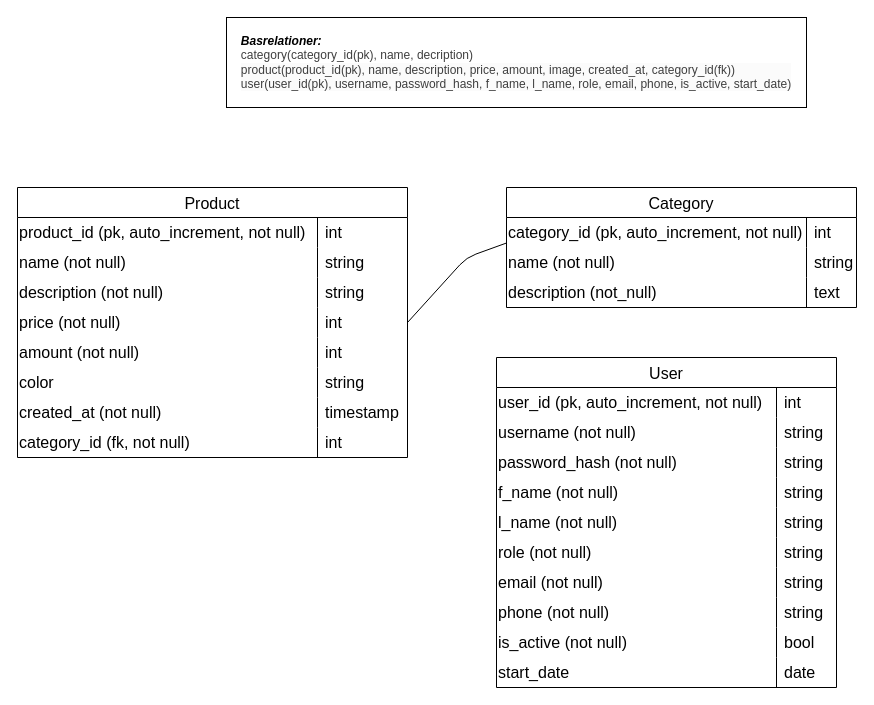
The draw.io diagram er-diagram.drawio in gustafsson96/project-dt193g-backend, before the edit. Source tidied: cells renumbered, new cells numbered last; positions are measured from the earlier drawing's top-left corner, leaving out a move shared by most shapes. Both pictures are drawn from the tidied source at 100%, with x=0, y=0 at pixel (17, 17).
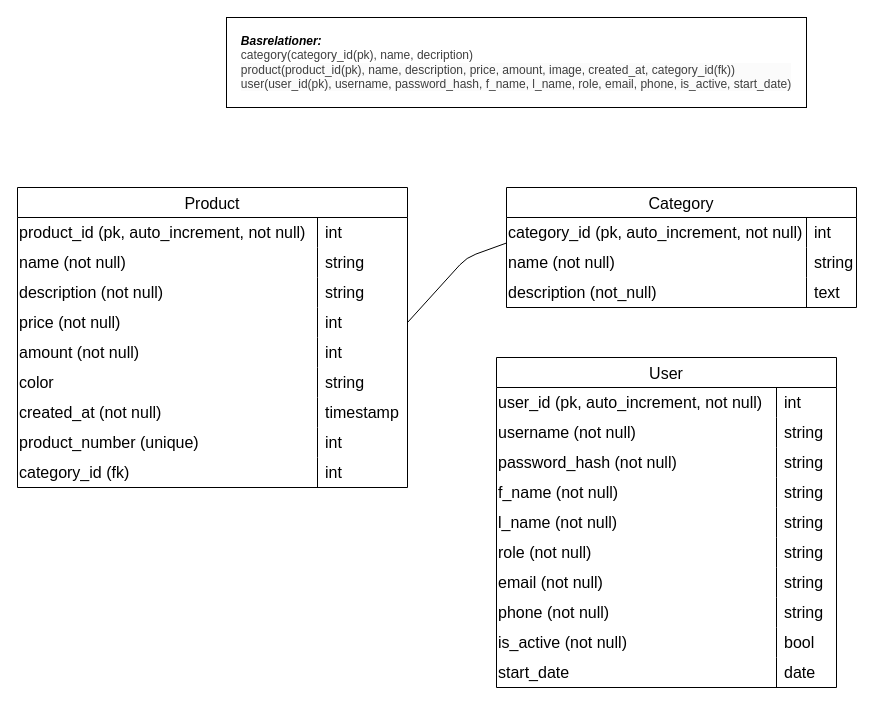
Above is the later version.

Commit message (it also covers changes not shown here):
Update install file with users table as it was deleted by accident

The change refers to these unchanged cells:
```xml
<mxCell id="24" style="shape=tableRow;horizontal=0;startSize=0;swimlaneHead=0;swimlaneBody=0;top=0;left=0;bottom=0;right=0;fillColor=none;strokeColor=inherit;fontSize=16;" parent="2" vertex="1">
  <mxGeometry y="240" width="390" height="30" as="geometry" />
</mxCell>
```

Change to the diagram source:
```diff
@@
     <mxCell id="2" value="Product" style="shape=table;startSize=30;childLayout=tableLayout;rowLines=0;fontStyle=0;strokeColor=default;fontSize=16;" parent="1" vertex="1">
-      <mxGeometry y="170" width="390" height="270" as="geometry" />
+      <mxGeometry y="170" width="390" height="300" as="geometry" />
     </mxCell>
@@
-    <mxCell id="25" value="&lt;span style=&quot;color: rgb(0, 0, 0);&quot;&gt;category_id (fk, not null)&lt;/span&gt;" style="shape=partialRectangle;html=1;whiteSpace=wrap;fillColor=none;top=0;left=0;bottom=0;right=0;overflow=hidden;strokeColor=inherit;fontSize=16;align=left;" parent="24" vertex="1">
+    <mxCell id="25" value="product_number (unique)" style="shape=partialRectangle;html=1;whiteSpace=wrap;fillColor=none;top=0;left=0;bottom=0;right=0;overflow=hidden;strokeColor=inherit;fontSize=16;align=left;" parent="24" vertex="1">
       <mxGeometry width="300" height="30" as="geometry" />
     </mxCell>
@@
+    <mxCell id="70" style="shape=tableRow;horizontal=0;startSize=0;swimlaneHead=0;swimlaneBody=0;top=0;left=0;bottom=0;right=0;fillColor=none;strokeColor=inherit;fontSize=16;" parent="2" vertex="1">
+      <mxGeometry y="270" width="390" height="30" as="geometry" />
+    </mxCell>
+    <mxCell id="71" value="category_id (fk)" style="shape=partialRectangle;html=1;whiteSpace=wrap;fillColor=none;top=0;left=0;bottom=0;right=0;overflow=hidden;strokeColor=inherit;fontSize=16;align=left;" parent="70" vertex="1">
+      <mxGeometry width="300" height="30" as="geometry" />
+    </mxCell>
+    <mxCell id="72" value="int" style="shape=partialRectangle;html=1;whiteSpace=wrap;fillColor=none;top=0;left=0;bottom=0;right=0;align=left;spacingLeft=6;overflow=hidden;strokeColor=inherit;fontSize=16;" parent="70" vertex="1">
+      <mxGeometry x="300" width="90" height="30" as="geometry" />
+    </mxCell>
```
